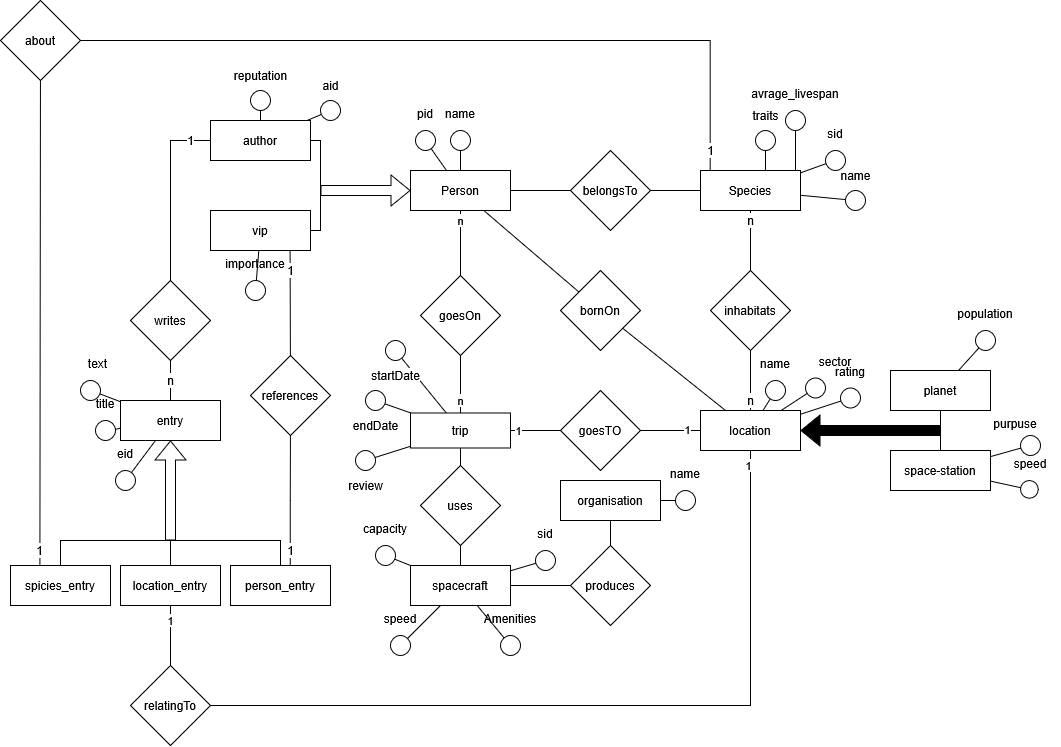
The draw.io diagram hhgttg-diagramm.drawio.png in MassimiIiano/hhgttg-db, before a commit. Source tidied: cells renumbered, new cells last; positions are measured from the earlier drawing's top-left corner, leaving out a move shared by most shapes.
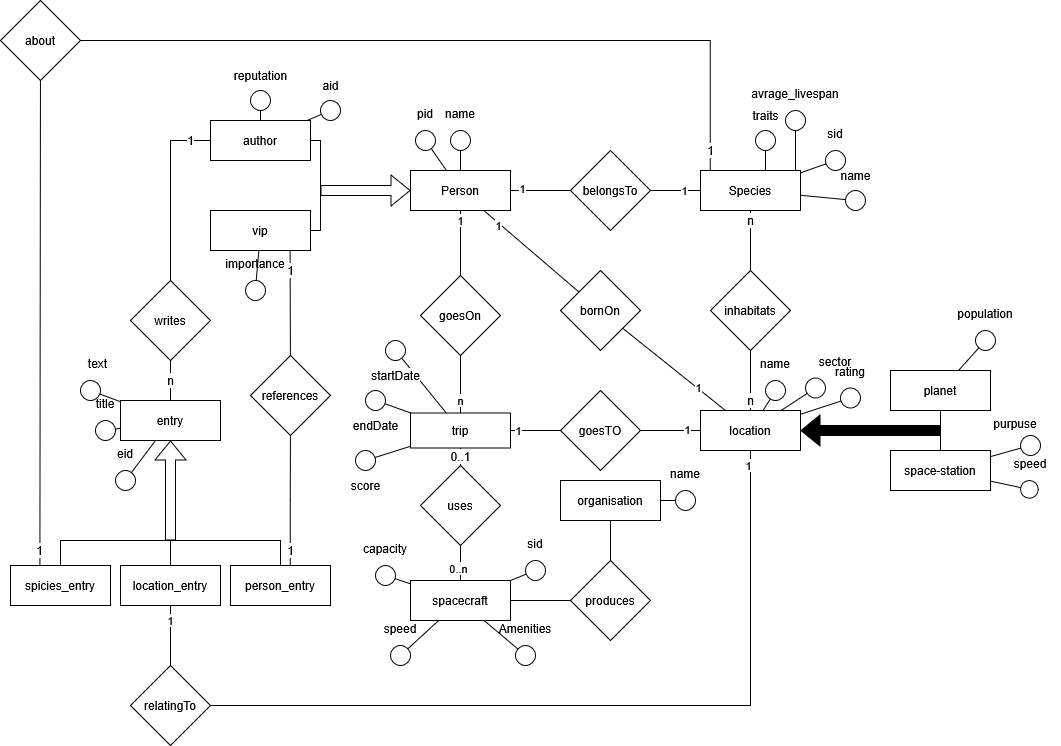
After the commit.

Diff of the diagram source:
```diff
@@ -10,11 +10,17 @@
     <mxCell id="3" style="edgeStyle=orthogonalEdgeStyle;rounded=0;jettySize=auto;html=1;fontFamily=Helvetica;fontSize=12;fontColor=default;endArrow=none;endFill=0;" parent="1" edge="1" source="6" target="10">
       <mxGeometry relative="1" as="geometry" />
     </mxCell>
+    <mxCell id="145" value="1" style="edgeLabel;html=1;align=center;verticalAlign=middle;" parent="3" vertex="1">
+      <mxGeometry x="-0.59" y="2" relative="1" as="geometry" />
+    </mxCell>
     <mxCell id="4" style="edgeStyle=none;rounded=0;jettySize=auto;html=1;strokeColor=default;align=center;verticalAlign=middle;fontFamily=Helvetica;fontSize=12;fontColor=default;labelBackgroundColor=default;endArrow=none;endFill=0;" parent="1" edge="1" source="6" target="37">
       <mxGeometry relative="1" as="geometry" />
     </mxCell>
+    <mxCell id="146" value="1" style="edgeLabel;html=1;align=center;verticalAlign=middle;" parent="4" vertex="1">
+      <mxGeometry x="-0.67" y="-2" relative="1" as="geometry" />
+    </mxCell>
-    <mxCell id="5" value="n" style="edgeStyle=orthogonalEdgeStyle;rounded=0;jettySize=auto;html=1;endArrow=none;endFill=0;entryX=0.5;entryY=0;entryDx=0;entryDy=0;" parent="1" edge="1" source="6" target="135">
-      <mxGeometry x="-0.69" relative="1" as="geometry" />
+    <mxCell id="5" value="1" style="edgeStyle=orthogonalEdgeStyle;rounded=0;jettySize=auto;html=1;endArrow=none;endFill=0;entryX=0.5;entryY=0;entryDx=0;entryDy=0;" parent="1" edge="1" source="6" target="135">
+      <mxGeometry x="-0.68" relative="1" as="geometry" />
     </mxCell>
     <mxCell id="6" value="Person" style="whiteSpace=wrap;html=1;align=center;rounded=0;strokeColor=default;verticalAlign=middle;fontFamily=Helvetica;fontSize=12;fontColor=default;fillColor=default;" parent="1" vertex="1">
       <mxGeometry x="410" y="170" width="100" height="40" as="geometry" />
@@ -28,6 +34,9 @@
     <mxCell id="9" style="edgeStyle=orthogonalEdgeStyle;rounded=0;jettySize=auto;html=1;fontFamily=Helvetica;fontSize=12;fontColor=default;endArrow=none;endFill=0;" parent="1" edge="1" source="10" target="8">
       <mxGeometry relative="1" as="geometry" />
     </mxCell>
+    <mxCell id="147" value="1" style="edgeLabel;html=1;align=center;verticalAlign=middle;" parent="9" vertex="1">
+      <mxGeometry x="0.37" relative="1" as="geometry" />
+    </mxCell>
     <mxCell id="10" value="belongsTo" style="rhombus;whiteSpace=wrap;html=1;rounded=0;" parent="1" vertex="1">
       <mxGeometry x="570" y="150" width="80" height="80" as="geometry" />
     </mxCell>
@@ -116,6 +125,9 @@
     <mxCell id="36" style="edgeStyle=none;rounded=0;jettySize=auto;html=1;strokeColor=default;align=center;verticalAlign=middle;fontFamily=Helvetica;fontSize=12;fontColor=default;labelBackgroundColor=default;endArrow=none;endFill=0;" parent="1" edge="1" source="37" target="11">
       <mxGeometry relative="1" as="geometry" />
     </mxCell>
+    <mxCell id="148" value="1" style="edgeLabel;html=1;align=center;verticalAlign=middle;" parent="36" vertex="1">
+      <mxGeometry x="0.45" y="1" relative="1" as="geometry" />
+    </mxCell>
     <mxCell id="37" value="bornOn" style="rhombus;whiteSpace=wrap;html=1;rounded=0;" parent="1" vertex="1">
       <mxGeometry x="560" y="270" width="80" height="80" as="geometry" />
     </mxCell>
@@ -154,13 +166,13 @@
       <mxGeometry relative="1" as="geometry" />
     </mxCell>
     <mxCell id="47" value="produces" style="rhombus;whiteSpace=wrap;html=1;rounded=0;" parent="1" vertex="1">
-      <mxGeometry x="570" y="545" width="80" height="80" as="geometry" />
+      <mxGeometry x="570" y="560" width="80" height="80" as="geometry" />
     </mxCell>
-    <mxCell id="48" style="edgeStyle=none;rounded=0;jettySize=auto;html=1;strokeColor=default;align=center;verticalAlign=middle;fontFamily=Helvetica;fontSize=12;fontColor=default;labelBackgroundColor=default;endArrow=none;endFill=0;" parent="1" edge="1" source="140" target="133">
+    <mxCell id="48" value="0..1" style="edgeStyle=none;rounded=0;jettySize=auto;html=1;strokeColor=default;align=center;verticalAlign=middle;fontFamily=Helvetica;fontSize=12;fontColor=default;labelBackgroundColor=default;endArrow=none;endFill=0;" parent="1" edge="1" source="140" target="133">
       <mxGeometry relative="1" as="geometry" />
     </mxCell>
     <mxCell id="49" value="spacecraft" style="whiteSpace=wrap;html=1;align=center;rounded=0;strokeColor=default;verticalAlign=middle;fontFamily=Helvetica;fontSize=12;fontColor=default;fillColor=default;" parent="1" vertex="1">
-      <mxGeometry x="410" y="565" width="100" height="40" as="geometry" />
+      <mxGeometry x="410" y="580" width="100" height="40" as="geometry" />
     </mxCell>
     <mxCell id="50" style="edgeStyle=orthogonalEdgeStyle;rounded=0;jettySize=auto;html=1;endArrow=none;endFill=0;" parent="1" edge="1" source="133" target="138">
       <mxGeometry relative="1" as="geometry" />
@@ -304,7 +316,7 @@
       <mxGeometry relative="1" as="geometry" />
     </mxCell>
     <mxCell id="94" value="sid" style="group;" parent="1" vertex="1">
-      <mxGeometry x="520" y="520" width="50" height="50" as="geometry" />
+      <mxGeometry x="510" y="530" width="50" height="50" as="geometry" />
     </mxCell>
     <mxCell id="95" style="ellipse;whiteSpace=wrap;html=1;rounded=0;strokeColor=default;align=center;verticalAlign=middle;fontFamily=Helvetica;fontSize=12;fontColor=default;labelBackgroundColor=default;fillColor=default;" parent="94" vertex="1">
       <mxGeometry x="15" y="30" width="20" height="20" as="geometry" />
@@ -313,7 +325,7 @@
       <mxGeometry relative="1" as="geometry" />
     </mxCell>
     <mxCell id="97" value="speed" style="group;" parent="1" vertex="1">
-      <mxGeometry x="375" y="605" width="50" height="50" as="geometry" />
+      <mxGeometry x="375" y="615" width="50" height="50" as="geometry" />
     </mxCell>
     <mxCell id="98" style="ellipse;whiteSpace=wrap;html=1;rounded=0;strokeColor=default;align=center;verticalAlign=middle;fontFamily=Helvetica;fontSize=12;fontColor=default;labelBackgroundColor=default;fillColor=default;" parent="97" vertex="1">
       <mxGeometry x="15" y="30" width="20" height="20" as="geometry" />
@@ -322,7 +334,7 @@
       <mxGeometry relative="1" as="geometry" />
     </mxCell>
     <mxCell id="100" value="capacity" style="group;" parent="1" vertex="1">
-      <mxGeometry x="360" y="515" width="50" height="50" as="geometry" />
+      <mxGeometry x="360" y="535" width="50" height="50" as="geometry" />
     </mxCell>
     <mxCell id="101" style="ellipse;whiteSpace=wrap;html=1;rounded=0;strokeColor=default;align=center;verticalAlign=middle;fontFamily=Helvetica;fontSize=12;fontColor=default;labelBackgroundColor=default;fillColor=default;" parent="100" vertex="1">
       <mxGeometry x="15" y="30" width="20" height="20" as="geometry" />
@@ -331,7 +343,7 @@
       <mxGeometry relative="1" as="geometry" />
     </mxCell>
     <mxCell id="103" value="Amenities" style="group;" parent="1" vertex="1">
-      <mxGeometry x="485" y="605" width="50" height="50" as="geometry" />
+      <mxGeometry x="500" y="615" width="50" height="50" as="geometry" />
     </mxCell>
     <mxCell id="104" style="ellipse;whiteSpace=wrap;html=1;rounded=0;strokeColor=default;align=center;verticalAlign=middle;fontFamily=Helvetica;fontSize=12;fontColor=default;labelBackgroundColor=default;fillColor=default;" parent="103" vertex="1">
       <mxGeometry x="15" y="30" width="20" height="20" as="geometry" />
@@ -443,6 +455,9 @@
     <mxCell id="139" style="edgeStyle=orthogonalEdgeStyle;rounded=0;jettySize=auto;html=1;endArrow=none;startFill=0;" parent="1" edge="1" source="140" target="49">
       <mxGeometry relative="1" as="geometry" />
     </mxCell>
+    <mxCell id="149" value="0..n" style="edgeLabel;html=1;align=center;verticalAlign=middle;" parent="139" vertex="1">
+      <mxGeometry x="0.44" y="-2" relative="1" as="geometry" />
+    </mxCell>
     <mxCell id="140" value="uses" style="rhombus;whiteSpace=wrap;html=1;rounded=0;" parent="1" vertex="1">
       <mxGeometry x="420" y="465" width="80" height="80" as="geometry" />
     </mxCell>
@@ -452,8 +467,8 @@
     <mxCell id="142" style="ellipse;whiteSpace=wrap;html=1;rounded=0;strokeColor=default;align=center;verticalAlign=middle;fontFamily=Helvetica;fontSize=12;fontColor=default;labelBackgroundColor=default;fillColor=default;" parent="141" vertex="1">
       <mxGeometry x="15" width="20" height="20" as="geometry" />
     </mxCell>
-    <mxCell id="143" value="review" style="text;html=1;align=center;verticalAlign=middle;strokeColor=none;fillColor=none;fontFamily=Helvetica;fontSize=12;fontColor=default;labelBackgroundColor=default;" parent="141" vertex="1">
-      <mxGeometry x="-5" y="20" width="60" height="30" as="geometry" />
+    <mxCell id="143" value="score" style="text;html=1;align=center;verticalAlign=middle;strokeColor=none;fillColor=none;fontFamily=Helvetica;fontSize=12;fontColor=default;labelBackgroundColor=default;" parent="141" vertex="1">
+      <mxGeometry y="20" width="50" height="30" as="geometry" />
     </mxCell>
     <mxCell id="144" style="rounded=0;jettySize=auto;html=1;endArrow=none;startFill=0;" parent="1" edge="1" source="142" target="133">
       <mxGeometry relative="1" as="geometry" />
```
